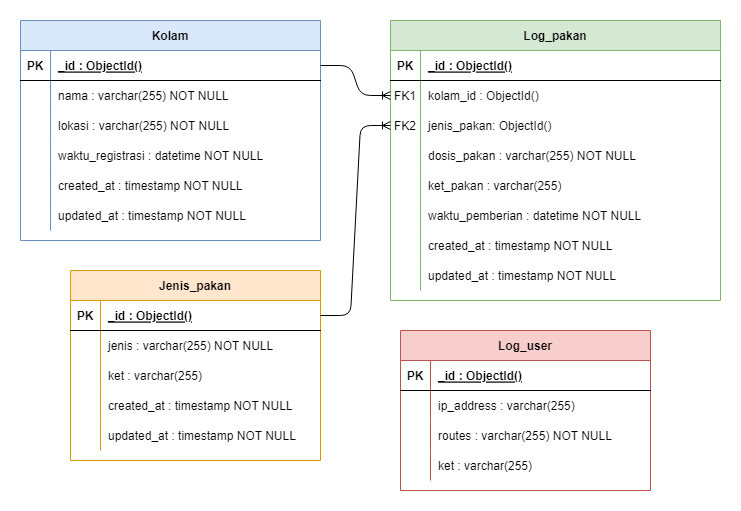
This is doc/Sprint 1/diagram database/database.png from andrirahmanto/backendserverfishculture, a draw.io export, as it was before one commit. Source tidied: cells renumbered, new cells last; positions are measured from the earlier drawing's top-left corner, leaving out a move shared by most shapes.
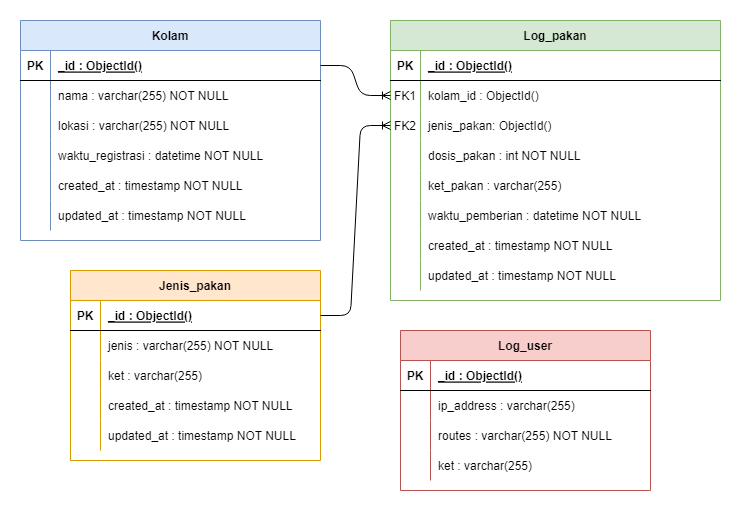
Above is the later version.

The edit, as a diff of the source:
```diff
@@ -38,7 +38,7 @@
     <mxCell id="13" style="shape=partialRectangle;overflow=hidden;fillColor=none;top=0;left=0;bottom=0;right=0;" parent="12" vertex="1">
       <mxGeometry width="30" height="30" as="geometry" />
     </mxCell>
-    <mxCell id="14" value="dosis_pakan : varchar(255) NOT NULL" style="shape=partialRectangle;overflow=hidden;fillColor=none;top=0;left=0;bottom=0;right=0;align=left;spacingLeft=6;" parent="12" vertex="1">
+    <mxCell id="14" value="dosis_pakan : int NOT NULL" style="shape=partialRectangle;overflow=hidden;fillColor=none;top=0;left=0;bottom=0;right=0;align=left;spacingLeft=6;" parent="12" vertex="1">
       <mxGeometry x="30" width="300" height="30" as="geometry" />
     </mxCell>
     <mxCell id="15" style="shape=partialRectangle;fillColor=none;top=0;left=0;right=0;bottom=0;" parent="2" vertex="1">
```
